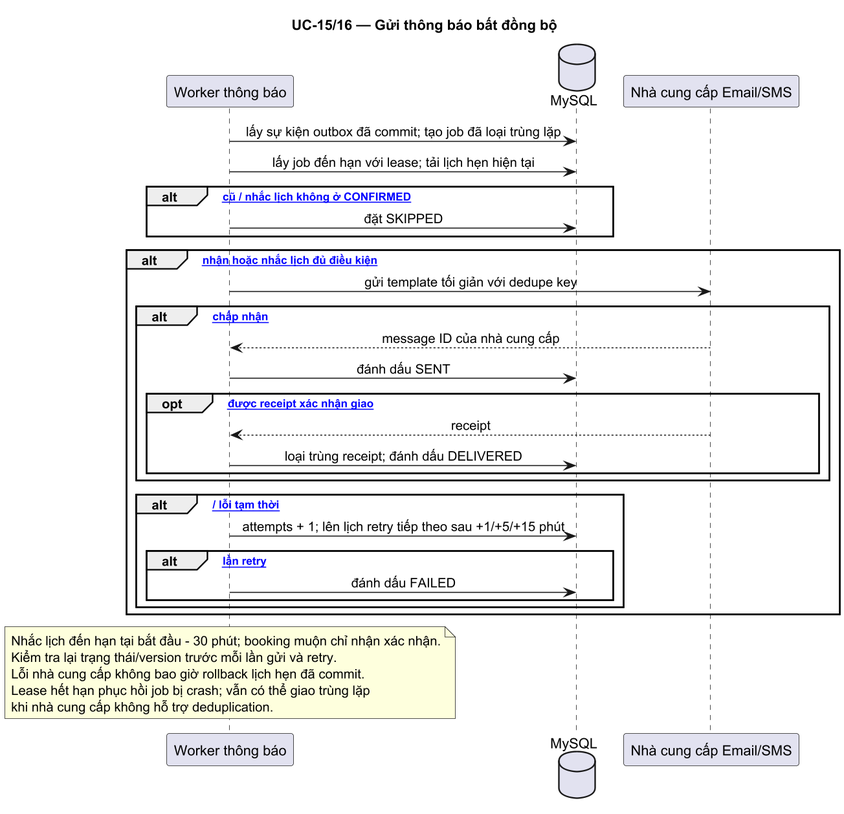
Before: docs/design/sequence-diagrams/notifications.png, a diagram exported from PlantUML (Samie32/SE-project).
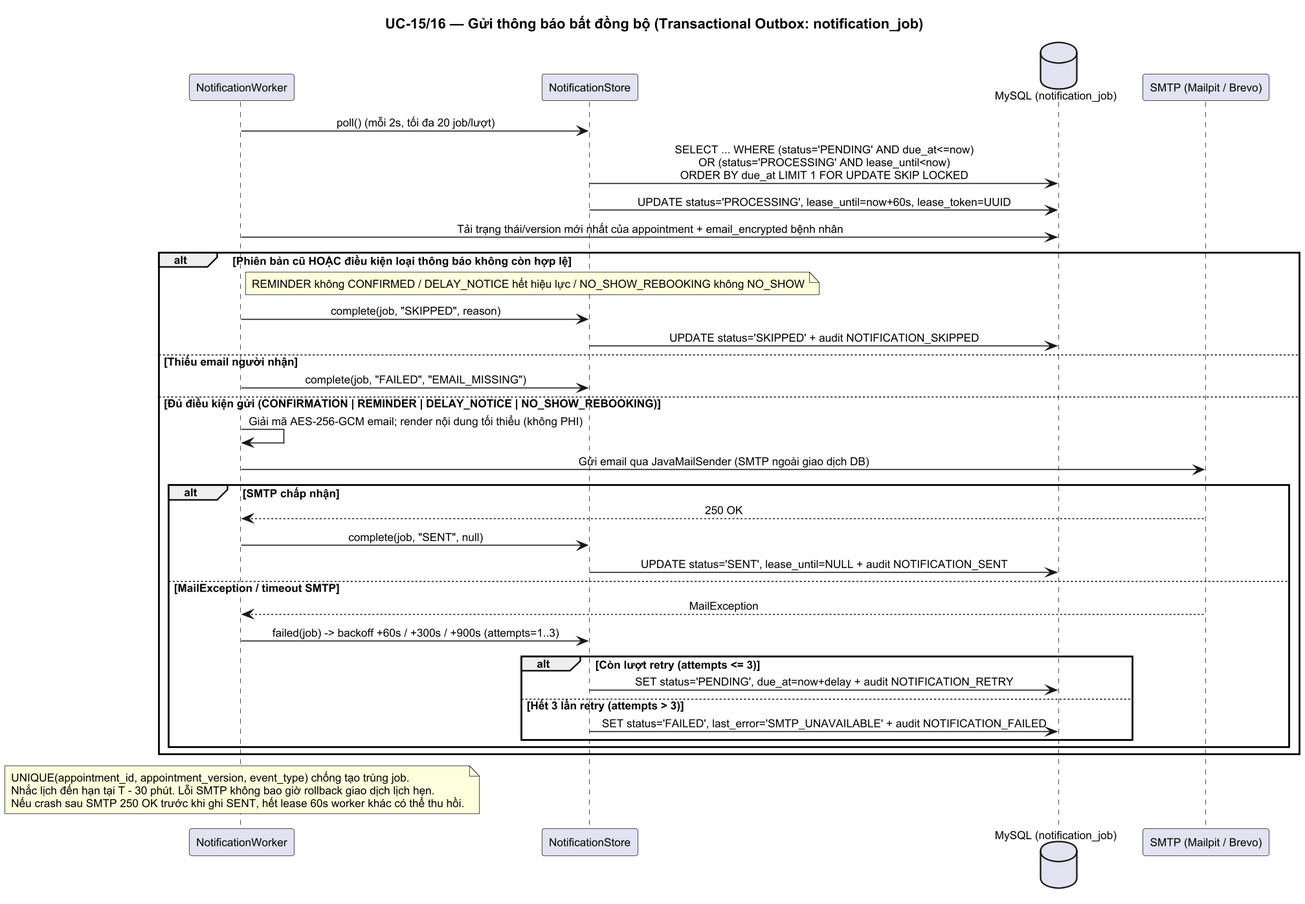
After the change.

What changed in the source:
```diff
@@ -1,51 +1,54 @@
 @startuml notifications
-title UC-15/16 — Gửi thông báo bất đồng bộ
+title UC-15/16 — Gửi thông báo bất đồng bộ (Transactional Outbox: notification_job)
 
 skinparam sequenceMessageAlign center
 skinparam responseMessageBelowArrow true
 skinparam ParticipantPadding 10
 skinparam BoxPadding 8
+skinparam shadowing false
+skinparam defaultFontName Arial
+skinparam defaultFontSize 11
 skinparam dpi 150
 
-participant "Worker thông báo"        as W
-database    "MySQL"                   as DB
-participant "Nhà cung cấp Email/SMS"  as ESP
+participant "NotificationWorker"      as W
+participant "NotificationStore"       as ST
+database    "MySQL (notification_job)" as DB
+participant "SMTP (Mailpit / Brevo)"  as ESP
 
-W -> DB : lấy sự kiện outbox đã commit; tạo job đã loại trùng lặp
-W -> DB : lấy job đến hạn với lease; tải lịch hẹn hiện tại
+W -> ST : poll() (mỗi 2s, tối đa 20 job/lượt)
+ST -> DB : SELECT ... WHERE (status='PENDING' AND due_at<=now)\nOR (status='PROCESSING' AND lease_until<now)\nORDER BY due_at LIMIT 1 FOR UPDATE SKIP LOCKED
+ST -> DB : UPDATE status='PROCESSING', lease_until=now+60s, lease_token=UUID
+W -> DB  : Tải trạng thái/version mới nhất của appointment + email_encrypted bệnh nhân
 
-alt [version cũ / nhắc lịch không ở CONFIRMED]
-  W -> DB : đặt SKIPPED
-end
+alt Phiên bản cũ HOẶC điều kiện loại thông báo không còn hợp lệ
+  Note right of W: REMINDER không CONFIRMED / DELAY_NOTICE hết hiệu lực / NO_SHOW_REBOOKING không NO_SHOW
+  W -> ST : complete(job, "SKIPPED", reason)
+  ST -> DB : UPDATE status='SKIPPED' + audit NOTIFICATION_SKIPPED
+else Thiếu email người nhận
+  W -> ST : complete(job, "FAILED", "EMAIL_MISSING")
+else Đủ điều kiện gửi (CONFIRMATION | REMINDER | DELAY_NOTICE | NO_SHOW_REBOOKING)
+  W -> W   : Giải mã AES-256-GCM email; render nội dung tối thiểu (không PHI)
+  W -> ESP : Gửi email qua JavaMailSender (SMTP ngoài giao dịch DB)
 
-alt [xác nhận hoặc nhắc lịch đủ điều kiện]
-  W -> ESP : gửi template tối giản với dedupe key
-
-  alt [được chấp nhận]
-    ESP --> W : message ID của nhà cung cấp
-    W -> DB : đánh dấu SENT
-
-    opt [nhận được receipt xác nhận giao]
-      ESP --> W : receipt
-      W -> DB : loại trùng receipt; đánh dấu DELIVERED
-    end
-  end
-
-  alt [timeout / lỗi tạm thời]
-    W -> DB : attempts + 1; lên lịch retry tiếp theo sau +1/+5/+15 phút
-
-    alt [hết lần retry]
-      W -> DB : đánh dấu FAILED
+  alt SMTP chấp nhận
+    ESP --> W : 250 OK
+    W -> ST  : complete(job, "SENT", null)
+    ST -> DB : UPDATE status='SENT', lease_until=NULL + audit NOTIFICATION_SENT
+  else MailException / timeout SMTP
+    ESP --> W : MailException
+    W -> ST  : failed(job) -> backoff +60s / +300s / +900s (attempts=1..3)
+    alt Còn lượt retry (attempts <= 3)
+      ST -> DB : SET status='PENDING', due_at=now+delay + audit NOTIFICATION_RETRY
+    else Hết 3 lần retry (attempts > 3)
+      ST -> DB : SET status='FAILED', last_error='SMTP_UNAVAILABLE' + audit NOTIFICATION_FAILED
     end
   end
 end
 
 note over W
-  Nhắc lịch đến hạn tại bắt đầu - 30 phút; booking muộn chỉ nhận xác nhận.
-  Kiểm tra lại trạng thái/version trước mỗi lần gửi và retry.
-  Lỗi nhà cung cấp không bao giờ rollback lịch hẹn đã commit.
-  Lease hết hạn phục hồi job bị crash; vẫn có thể giao trùng lặp
-  khi nhà cung cấp không hỗ trợ deduplication.
+  UNIQUE(appointment_id, appointment_version, event_type) chống tạo trùng job.
+  Nhắc lịch đến hạn tại T - 30 phút. Lỗi SMTP không bao giờ rollback giao dịch lịch hẹn.
+  Nếu crash sau SMTP 250 OK trước khi ghi SENT, hết lease 60s worker khác có thể thu hồi.
 end note
 
 @enduml
```
